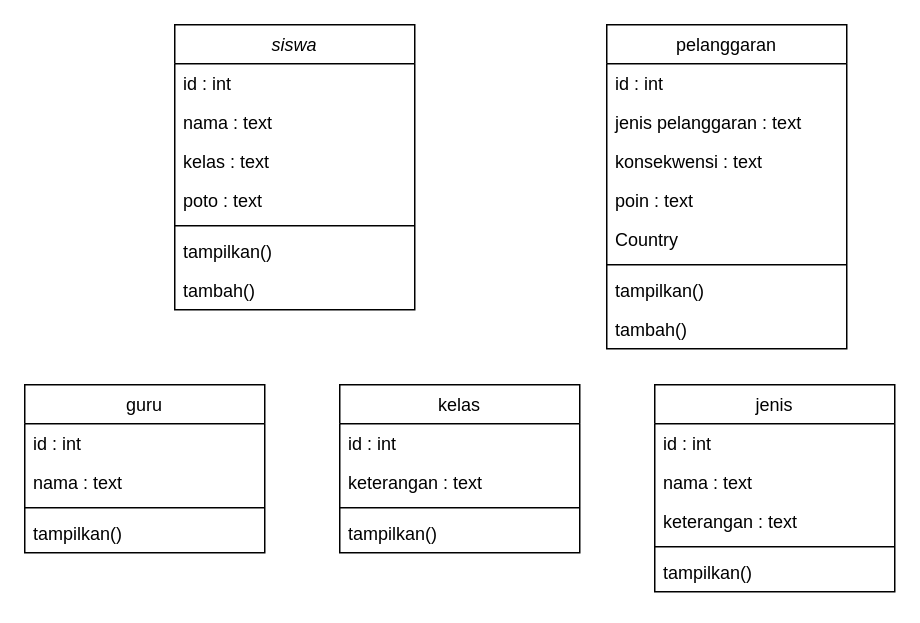
The draw.io diagram Untitled Diagram.drawio in sastafelishaa/sinponis, before the edit. Source tidied: cells renumbered, new cells numbered last; positions are measured from the earlier drawing's top-left corner, leaving out a move shared by most shapes. Both pictures are drawn from the tidied source at 150%, with x=0, y=0 at pixel (24, 24).
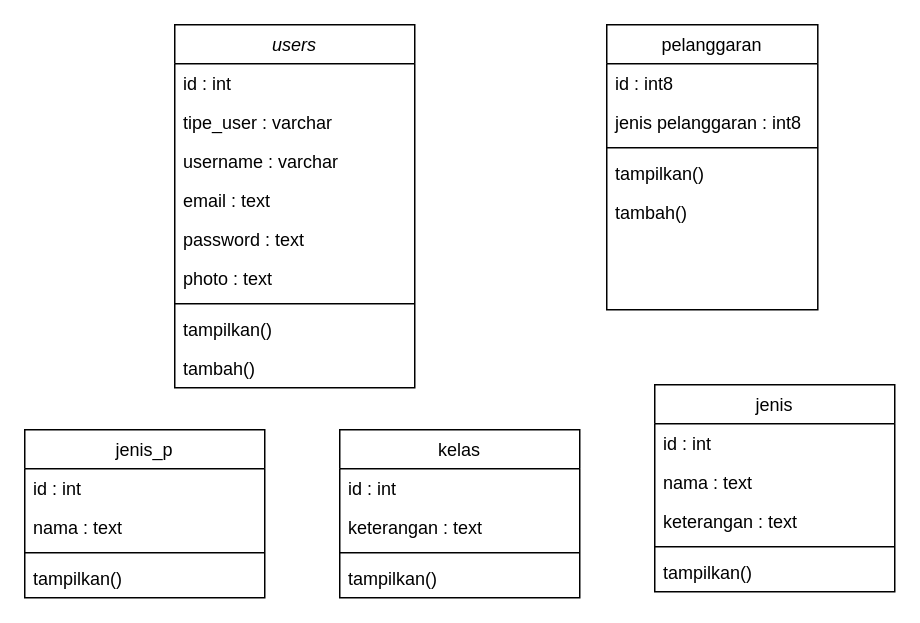
The same diagram, later.

The edit, as a diff of the source:
```diff
@@
-    <mxCell id="2" value="siswa" style="swimlane;fontStyle=2;align=center;verticalAlign=top;horizontal=1;startSize=26;rounded=0;shadow=0;strokeWidth=1;" parent="1" vertex="1">
-      <mxGeometry x="100" width="160" height="190" as="geometry" />
+    <mxCell id="2" value="users" style="swimlane;fontStyle=2;align=center;verticalAlign=top;horizontal=1;startSize=26;rounded=0;shadow=0;strokeWidth=1;" parent="1" vertex="1">
+      <mxGeometry x="100" width="160" height="242" as="geometry" />
     </mxCell>
@@
-    <mxCell id="4" value="nama : text " style="text;align=left;verticalAlign=top;spacingLeft=4;spacingRight=4;overflow=hidden;rounded=0;shadow=0;html=0;" parent="2" vertex="1">
+    <mxCell id="4" value="tipe_user : varchar" style="text;align=left;verticalAlign=top;spacingLeft=4;spacingRight=4;overflow=hidden;rounded=0;shadow=0;html=0;" parent="2" vertex="1">
       <mxGeometry y="52" width="160" height="26" as="geometry" />
     </mxCell>
-    <mxCell id="5" value="kelas : text" style="text;align=left;verticalAlign=top;spacingLeft=4;spacingRight=4;overflow=hidden;rounded=0;shadow=0;html=0;" parent="2" vertex="1">
+    <mxCell id="5" value="username : varchar" style="text;align=left;verticalAlign=top;spacingLeft=4;spacingRight=4;overflow=hidden;rounded=0;shadow=0;html=0;" parent="2" vertex="1">
       <mxGeometry y="78" width="160" height="26" as="geometry" />
     </mxCell>
-    <mxCell id="6" value="poto : text" style="text;align=left;verticalAlign=top;spacingLeft=4;spacingRight=4;overflow=hidden;" parent="2" vertex="1">
+    <mxCell id="6" value="email : text" style="text;align=left;verticalAlign=top;spacingLeft=4;spacingRight=4;overflow=hidden;" parent="2" vertex="1">
       <mxGeometry y="104" width="160" height="26" as="geometry" />
     </mxCell>
+    <mxCell id="35" value="password : text" style="text;align=left;verticalAlign=top;spacingLeft=4;spacingRight=4;overflow=hidden;rounded=0;shadow=0;html=0;" parent="2" vertex="1">
+      <mxGeometry y="130" width="160" height="26" as="geometry" />
+    </mxCell>
+    <mxCell id="36" value="photo : text" style="text;align=left;verticalAlign=top;spacingLeft=4;spacingRight=4;overflow=hidden;rounded=0;shadow=0;html=0;" parent="2" vertex="1">
+      <mxGeometry y="156" width="160" height="26" as="geometry" />
+    </mxCell>
     <mxCell id="7" style="line;html=1;strokeWidth=1;align=left;verticalAlign=middle;spacingTop=-1;spacingLeft=3;spacingRight=3;labelPosition=right;" parent="2" vertex="1">
-      <mxGeometry y="130" width="160" height="8" as="geometry" />
+      <mxGeometry y="182" width="160" height="8" as="geometry" />
     </mxCell>
     <mxCell id="8" value="tampilkan()" style="text;align=left;verticalAlign=top;spacingLeft=4;spacingRight=4;overflow=hidden;" parent="2" vertex="1">
-      <mxGeometry y="138" width="160" height="26" as="geometry" />
+      <mxGeometry y="190" width="160" height="26" as="geometry" />
     </mxCell>
     <mxCell id="9" value="tambah()" style="text;align=left;verticalAlign=top;spacingLeft=4;spacingRight=4;overflow=hidden;rounded=0;shadow=0;html=0;" parent="2" vertex="1">
-      <mxGeometry y="164" width="160" height="26" as="geometry" />
+      <mxGeometry y="216" width="160" height="26" as="geometry" />
     </mxCell>
-    <mxCell id="10" value="guru" style="swimlane;fontStyle=0;align=center;verticalAlign=top;horizontal=1;startSize=26;rounded=0;shadow=0;strokeWidth=1;" parent="1" vertex="1">
-      <mxGeometry y="240" width="160" height="112" as="geometry" />
+    <mxCell id="10" value="jenis_p" style="swimlane;fontStyle=0;align=center;verticalAlign=top;horizontal=1;startSize=26;rounded=0;shadow=0;strokeWidth=1;" parent="1" vertex="1">
+      <mxGeometry y="270" width="160" height="112" as="geometry" />
     </mxCell>
@@
     <mxCell id="15" value="kelas" style="swimlane;fontStyle=0;align=center;verticalAlign=top;horizontal=1;startSize=26;rounded=0;shadow=0;strokeWidth=1;" parent="1" vertex="1">
-      <mxGeometry x="210" y="240" width="160" height="112" as="geometry" />
+      <mxGeometry x="210" y="270" width="160" height="112" as="geometry" />
     </mxCell>
@@
     <mxCell id="20" value="pelanggaran" style="swimlane;fontStyle=0;align=center;verticalAlign=top;horizontal=1;startSize=26;rounded=0;shadow=0;strokeWidth=1;" parent="1" vertex="1">
-      <mxGeometry x="388" width="160" height="216" as="geometry" />
+      <mxGeometry x="388" width="140.7" height="190" as="geometry" />
     </mxCell>
-    <mxCell id="21" value="id : int" style="text;align=left;verticalAlign=top;spacingLeft=4;spacingRight=4;overflow=hidden;" parent="20" vertex="1">
-      <mxGeometry y="26" width="160" height="26" as="geometry" />
+    <mxCell id="21" value="id : int8" style="text;align=left;verticalAlign=top;spacingLeft=4;spacingRight=4;overflow=hidden;" parent="20" vertex="1">
+      <mxGeometry y="26" width="140.7" height="26" as="geometry" />
     </mxCell>
-    <mxCell id="22" value="jenis pelanggaran : text" style="text;align=left;verticalAlign=top;spacingLeft=4;spacingRight=4;overflow=hidden;rounded=0;shadow=0;html=0;" parent="20" vertex="1">
-      <mxGeometry y="52" width="160" height="26" as="geometry" />
+    <mxCell id="22" value="jenis pelanggaran : int8&#10;" style="text;align=left;verticalAlign=top;spacingLeft=4;spacingRight=4;overflow=hidden;rounded=0;shadow=0;html=0;" parent="20" vertex="1">
+      <mxGeometry y="52" width="140.7" height="26" as="geometry" />
     </mxCell>
-    <mxCell id="23" value="konsekwensi : text" style="text;align=left;verticalAlign=top;spacingLeft=4;spacingRight=4;overflow=hidden;rounded=0;shadow=0;html=0;" parent="20" vertex="1">
-      <mxGeometry y="78" width="160" height="26" as="geometry" />
-    </mxCell>
-    <mxCell id="24" value="poin : text" style="text;align=left;verticalAlign=top;spacingLeft=4;spacingRight=4;overflow=hidden;rounded=0;shadow=0;html=0;" parent="20" vertex="1">
-      <mxGeometry y="104" width="160" height="26" as="geometry" />
-    </mxCell>
-    <mxCell id="25" value="Country" style="text;align=left;verticalAlign=top;spacingLeft=4;spacingRight=4;overflow=hidden;rounded=0;shadow=0;html=0;" parent="20" vertex="1">
-      <mxGeometry y="130" width="160" height="26" as="geometry" />
-    </mxCell>
     <mxCell id="26" style="line;html=1;strokeWidth=1;align=left;verticalAlign=middle;spacingTop=-1;spacingLeft=3;spacingRight=3;labelPosition=right;" parent="20" vertex="1">
-      <mxGeometry y="156" width="160" height="8" as="geometry" />
+      <mxGeometry y="78" width="140.7" height="8" as="geometry" />
     </mxCell>
     <mxCell id="27" value="tampilkan()" style="text;align=left;verticalAlign=top;spacingLeft=4;spacingRight=4;overflow=hidden;" parent="20" vertex="1">
-      <mxGeometry y="164" width="160" height="26" as="geometry" />
+      <mxGeometry y="86" width="140.7" height="26" as="geometry" />
     </mxCell>
     <mxCell id="28" value="tambah()" style="text;align=left;verticalAlign=top;spacingLeft=4;spacingRight=4;overflow=hidden;" parent="20" vertex="1">
-      <mxGeometry y="190" width="160" height="26" as="geometry" />
+      <mxGeometry y="112" width="140.7" height="26" as="geometry" />
     </mxCell>
```
